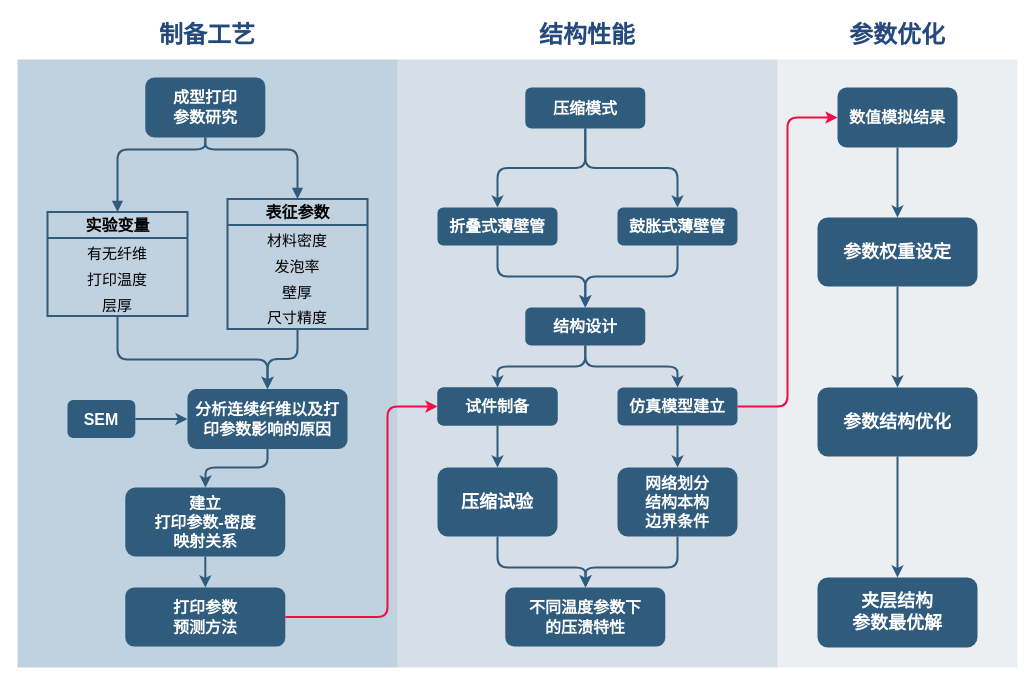
Rivers-Lee/Poster keeps this draw.io diagram as xinru.drawio. Above is the earlier version. Source tidied: cells renumbered, new cells numbered last; positions are measured from the earlier drawing's top-left corner, leaving out a move shared by most shapes. Both pictures are drawn from the tidied source at 100%, with x=0, y=0 at pixel (17, 36).
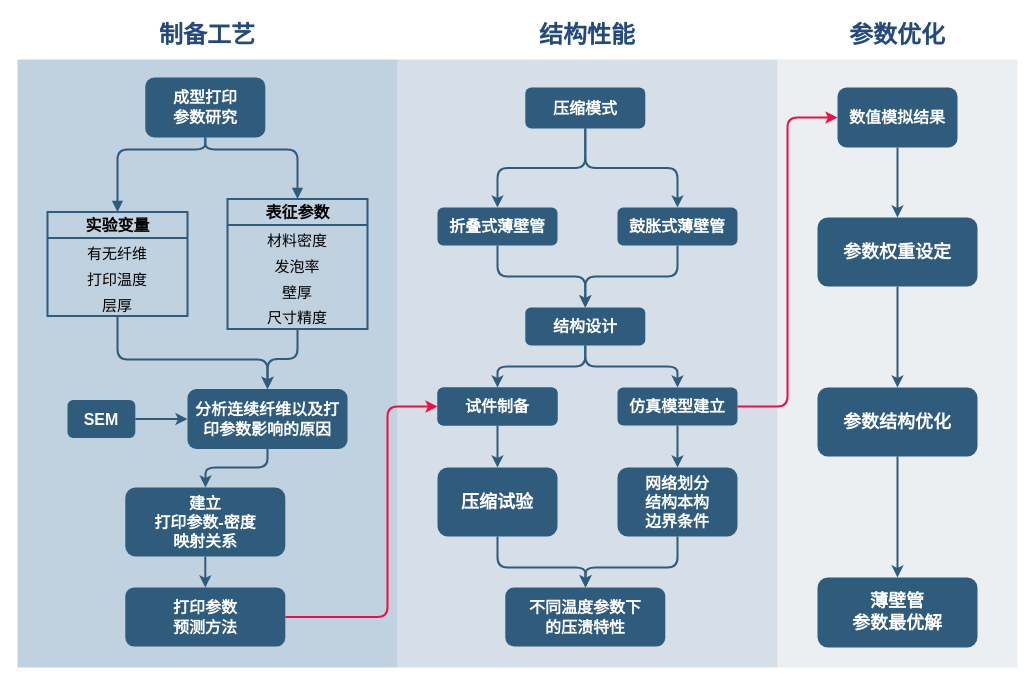
The same page after the edit.

Unchanged cells that the change refers to:
```xml
<mxCell id="43" value="&lt;font style=&quot;font-size: 24px;&quot; color=&quot;#23497d&quot;&gt;参数优化&lt;br&gt;&lt;br&gt;&lt;/font&gt;" style="swimlane;whiteSpace=wrap;fillColor=none;swimlaneFillColor=#d7dfe5;fontColor=#2F5B7C;fontFamily=Tahoma;html=1;strokeColor=none;opacity=50;rounded=0;" parent="1" vertex="1">
  <mxGeometry x="760" width="240" height="631" as="geometry" />
</mxCell>
```

Change to the diagram source:
```diff
@@
-    <mxCell id="48" value="&lt;font style=&quot;font-size: 18px;&quot;&gt;&lt;b&gt;夹层结构&lt;br&gt;参数最优解&lt;br&gt;&lt;/b&gt;&lt;/font&gt;" style="whiteSpace=wrap;shadow=0;fontColor=#FFFFFF;fontFamily=Helvetica;fontStyle=0;html=1;fontSize=12;plain-purple;strokeColor=none;fillColor=#2f5b7c;gradientColor=none;spacing=6;verticalAlign=middle;rounded=1;" parent="43" vertex="1">
+    <mxCell id="48" value="&lt;font style=&quot;font-size: 18px;&quot;&gt;&lt;b&gt;薄壁管&lt;br&gt;参数最优解&lt;br&gt;&lt;/b&gt;&lt;/font&gt;" style="whiteSpace=wrap;shadow=0;fontColor=#FFFFFF;fontFamily=Helvetica;fontStyle=0;html=1;fontSize=12;plain-purple;strokeColor=none;fillColor=#2f5b7c;gradientColor=none;spacing=6;verticalAlign=middle;rounded=1;" parent="43" vertex="1">
       <mxGeometry x="40" y="541" width="160" height="70" as="geometry" />
     </mxCell>
```
